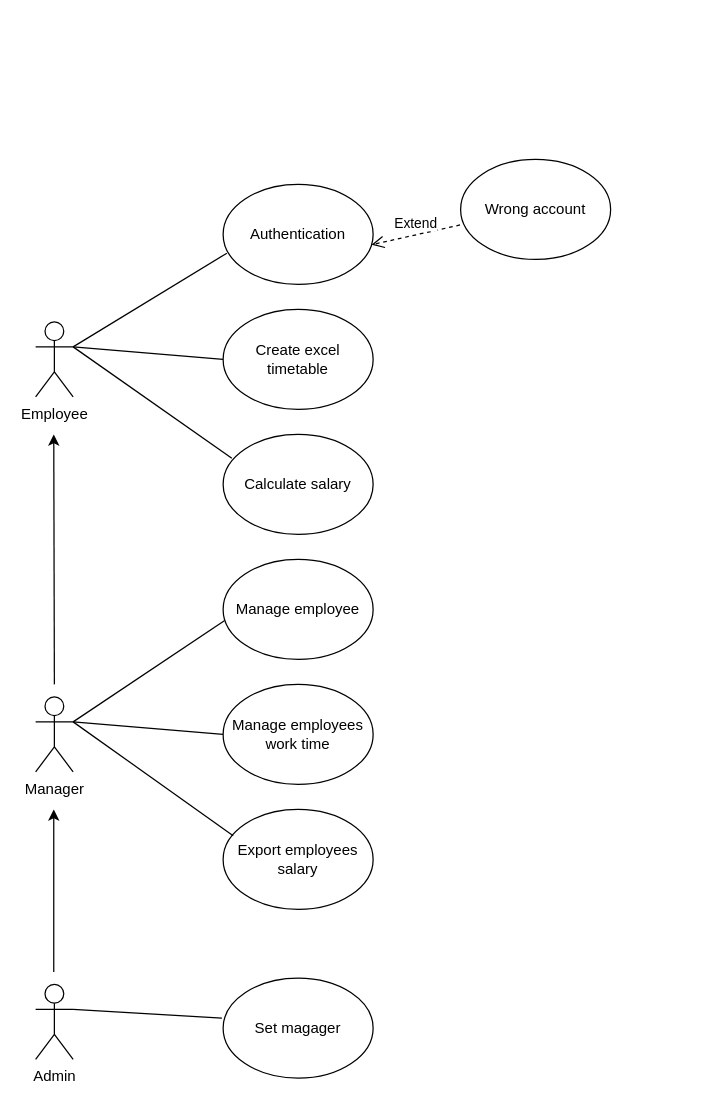
Above: Diagram/Use Case Diagram.drawio in hakunhan/employee_management (draw.io), before the change. Source tidied: cells renumbered, new cells numbered last; positions are measured from the earlier drawing's top-left corner, leaving out a move shared by most shapes. Both pictures are drawn from the tidied source at 125%, with x=0, y=0 at pixel (35, 159).
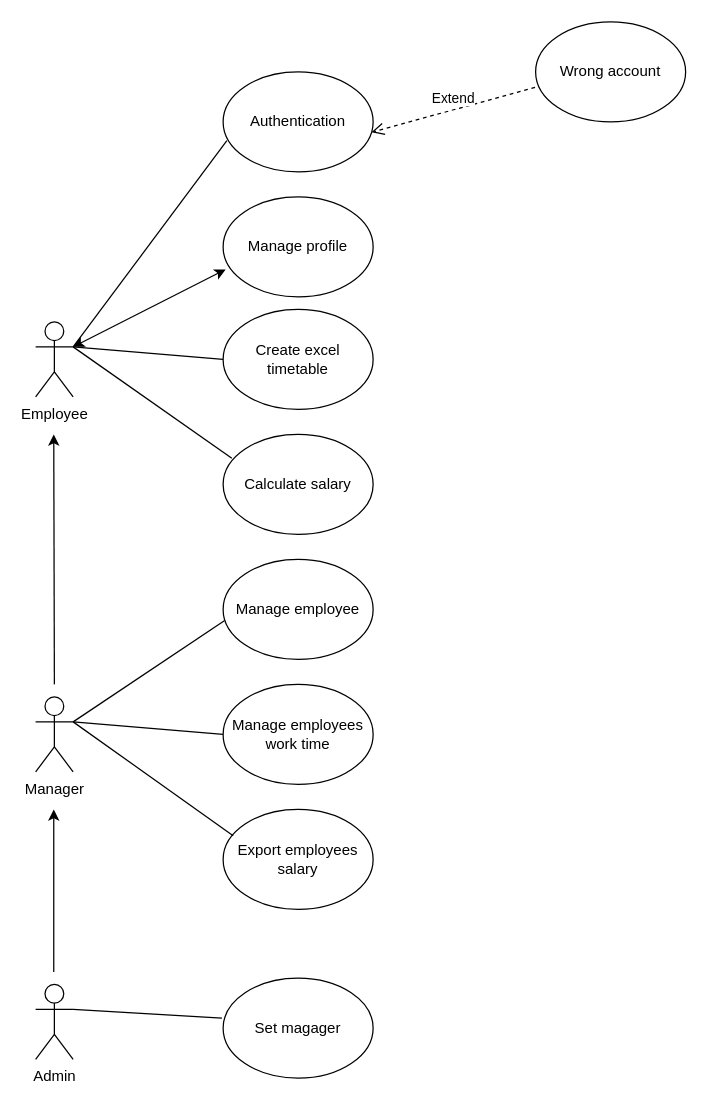
Above is the later version.

The change refers to these unchanged cells:
```xml
<mxCell id="2" value="Employee" style="shape=umlActor;verticalLabelPosition=bottom;verticalAlign=top;html=1;outlineConnect=0;" parent="1" vertex="1">
  <mxGeometry y="130" width="30" height="60" as="geometry" />
</mxCell>
```

Diff of the diagram source:
```diff
@@
     <mxCell id="5" value="Authentication" style="ellipse;whiteSpace=wrap;html=1;" parent="1" vertex="1">
-      <mxGeometry x="150" y="20" width="120" height="80" as="geometry" />
+      <mxGeometry x="150" y="-70" width="120" height="80" as="geometry" />
     </mxCell>
     <mxCell id="6" value="Wrong account" style="ellipse;whiteSpace=wrap;html=1;" parent="1" vertex="1">
-      <mxGeometry x="340" width="120" height="80" as="geometry" />
+      <mxGeometry x="400" y="-110" width="120" height="80" as="geometry" />
     </mxCell>
@@
+    <mxCell id="23" value="Manage profile" style="ellipse;whiteSpace=wrap;html=1;" parent="1" vertex="1">
+      <mxGeometry x="150" y="30" width="120" height="80" as="geometry" />
+    </mxCell>
+    <mxCell id="24" style="endArrow=classic;startArrow=classic;html=1;exitX=1;exitY=0.3333333333333333;exitDx=0;exitDy=0;exitPerimeter=0;entryX=0.017;entryY=0.725;entryDx=0;entryDy=0;entryPerimeter=0;" parent="1" edge="1" source="2" target="23">
+      <mxGeometry relative="1" as="geometry" />
+    </mxCell>
```
